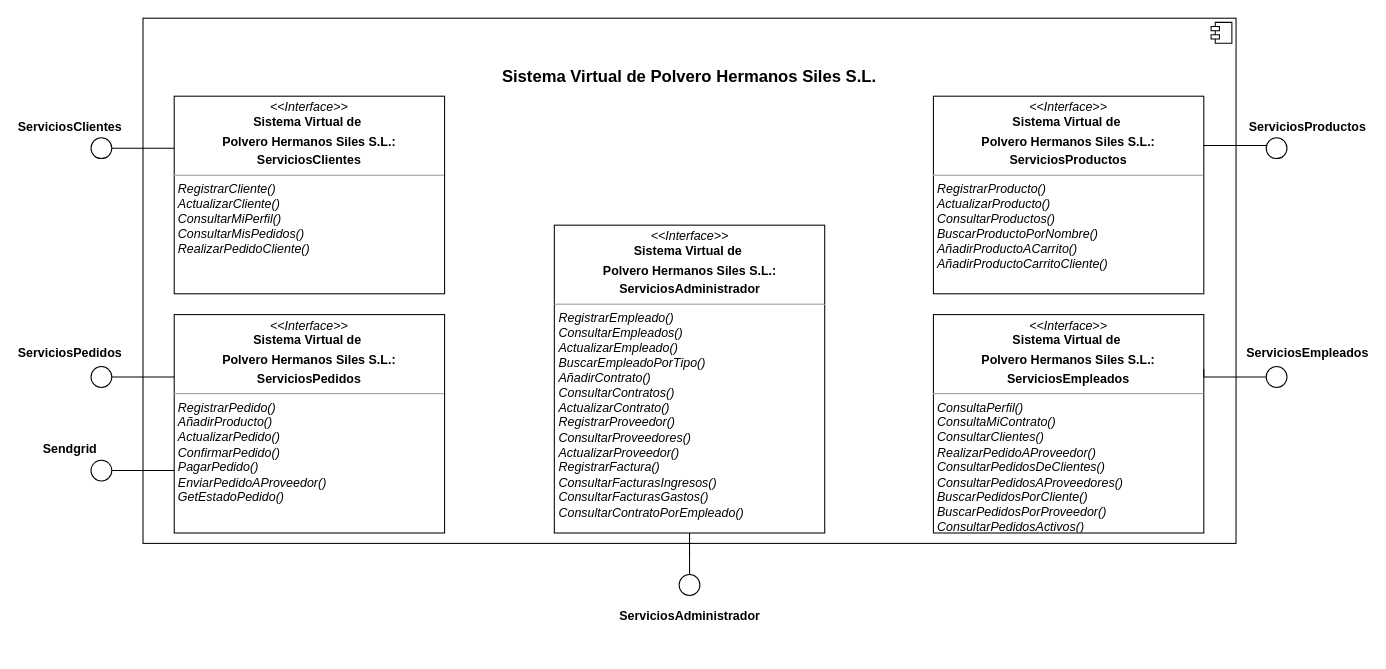
felipescalera/Proyecto-IR keeps this draw.io diagram as diagramas/diagrama de interfaz de sistema/diagramaInterfazSistema.drawio. Above is the earlier version. Source tidied: cells renumbered, new cells numbered last; positions are measured from the earlier drawing's top-left corner, leaving out a move shared by most shapes. Both pictures are drawn from the tidied source at 104%, with x=0, y=0 at pixel (49, 18).
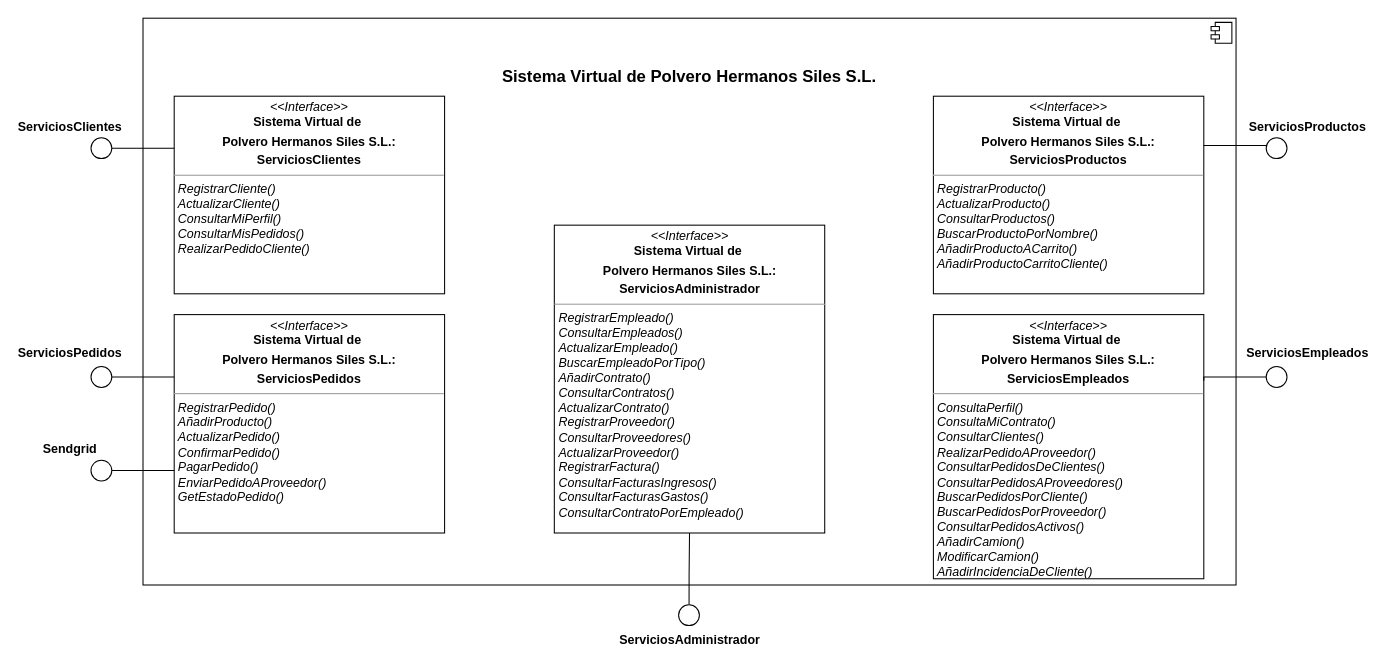
The same page after the edit.

Change to the diagram source:
```diff
@@
     <mxCell id="2" value="&lt;p style=&quot;margin: 0px ; margin-top: 6px ; text-align: center&quot;&gt;&lt;b&gt;&lt;br&gt;&lt;/b&gt;&lt;/p&gt;&lt;p style=&quot;margin: 0px ; margin-top: 6px ; text-align: center&quot;&gt;&lt;b&gt;&lt;br&gt;&lt;/b&gt;&lt;/p&gt;&lt;p style=&quot;margin: 0px ; margin-top: 6px ; text-align: center&quot;&gt;&lt;b&gt;&lt;font style=&quot;font-size: 16px&quot;&gt;Sistema Virtual de Polvero Hermanos Siles S.L.&lt;/font&gt;&lt;/b&gt;&lt;br&gt;&lt;/p&gt;" style="align=left;overflow=fill;html=1;" parent="1" vertex="1">
-      <mxGeometry x="90" width="1051" height="505" as="geometry" />
+      <mxGeometry x="90" width="1051" height="545" as="geometry" />
     </mxCell>
@@
-    <mxCell id="7" value="&lt;p style=&quot;margin: 0px ; margin-top: 4px ; text-align: center&quot;&gt;&lt;i&gt;&amp;lt;&amp;lt;Interface&amp;gt;&amp;gt;&lt;/i&gt;&lt;br&gt;&lt;b&gt;Sistema Virtual de&amp;nbsp;&lt;/b&gt;&lt;br&gt;&lt;/p&gt;&lt;p style=&quot;margin: 0px ; margin-top: 4px ; text-align: center&quot;&gt;&lt;b&gt;Polvero Hermanos Siles S.L.:&lt;/b&gt;&lt;br&gt;&lt;/p&gt;&lt;p style=&quot;margin: 0px ; margin-top: 4px ; text-align: center&quot;&gt;&lt;b&gt;ServiciosEmpleados&lt;/b&gt;&lt;/p&gt;&lt;hr size=&quot;1&quot;&gt;&lt;p style=&quot;margin: 0px ; margin-left: 4px&quot;&gt;&lt;i&gt;ConsultaPerfil()&lt;/i&gt;&lt;/p&gt;&lt;p style=&quot;margin: 0px ; margin-left: 4px&quot;&gt;&lt;i&gt;ConsultaMiContrato()&lt;/i&gt;&lt;/p&gt;&lt;p style=&quot;margin: 0px ; margin-left: 4px&quot;&gt;&lt;i&gt;ConsultarClientes()&lt;/i&gt;&lt;/p&gt;&lt;p style=&quot;margin: 0px ; margin-left: 4px&quot;&gt;&lt;i&gt;RealizarPedidoAProveedor()&lt;/i&gt;&lt;/p&gt;&lt;p style=&quot;margin: 0px ; margin-left: 4px&quot;&gt;&lt;i&gt;ConsultarPedidosDeClientes()&lt;/i&gt;&lt;/p&gt;&lt;p style=&quot;margin: 0px ; margin-left: 4px&quot;&gt;&lt;i&gt;ConsultarPedidosAProveedores()&lt;/i&gt;&lt;/p&gt;&lt;p style=&quot;margin: 0px ; margin-left: 4px&quot;&gt;&lt;i&gt;BuscarPedidosPorCliente()&lt;/i&gt;&lt;/p&gt;&lt;p style=&quot;margin: 0px ; margin-left: 4px&quot;&gt;&lt;i&gt;BuscarPedidosPorProveedor()&lt;/i&gt;&lt;/p&gt;&lt;p style=&quot;margin: 0px ; margin-left: 4px&quot;&gt;&lt;i&gt;ConsultarPedidosActivos()&lt;/i&gt;&lt;/p&gt;" style="verticalAlign=top;align=left;overflow=fill;fontSize=12;fontFamily=Helvetica;html=1;" parent="1" vertex="1">
-      <mxGeometry x="850" y="285" width="260" height="210" as="geometry" />
+    <mxCell id="7" value="&lt;p style=&quot;margin: 0px ; margin-top: 4px ; text-align: center&quot;&gt;&lt;i&gt;&amp;lt;&amp;lt;Interface&amp;gt;&amp;gt;&lt;/i&gt;&lt;br&gt;&lt;b&gt;Sistema Virtual de&amp;nbsp;&lt;/b&gt;&lt;br&gt;&lt;/p&gt;&lt;p style=&quot;margin: 0px ; margin-top: 4px ; text-align: center&quot;&gt;&lt;b&gt;Polvero Hermanos Siles S.L.:&lt;/b&gt;&lt;br&gt;&lt;/p&gt;&lt;p style=&quot;margin: 0px ; margin-top: 4px ; text-align: center&quot;&gt;&lt;b&gt;ServiciosEmpleados&lt;/b&gt;&lt;/p&gt;&lt;hr size=&quot;1&quot;&gt;&lt;p style=&quot;margin: 0px ; margin-left: 4px&quot;&gt;&lt;i&gt;ConsultaPerfil()&lt;/i&gt;&lt;/p&gt;&lt;p style=&quot;margin: 0px ; margin-left: 4px&quot;&gt;&lt;i&gt;ConsultaMiContrato()&lt;/i&gt;&lt;/p&gt;&lt;p style=&quot;margin: 0px ; margin-left: 4px&quot;&gt;&lt;i&gt;ConsultarClientes()&lt;/i&gt;&lt;/p&gt;&lt;p style=&quot;margin: 0px ; margin-left: 4px&quot;&gt;&lt;i&gt;RealizarPedidoAProveedor()&lt;/i&gt;&lt;/p&gt;&lt;p style=&quot;margin: 0px ; margin-left: 4px&quot;&gt;&lt;i&gt;ConsultarPedidosDeClientes()&lt;/i&gt;&lt;/p&gt;&lt;p style=&quot;margin: 0px ; margin-left: 4px&quot;&gt;&lt;i&gt;ConsultarPedidosAProveedores()&lt;/i&gt;&lt;/p&gt;&lt;p style=&quot;margin: 0px ; margin-left: 4px&quot;&gt;&lt;i&gt;BuscarPedidosPorCliente()&lt;/i&gt;&lt;/p&gt;&lt;p style=&quot;margin: 0px ; margin-left: 4px&quot;&gt;&lt;i&gt;BuscarPedidosPorProveedor()&lt;/i&gt;&lt;/p&gt;&lt;p style=&quot;margin: 0px ; margin-left: 4px&quot;&gt;&lt;i&gt;ConsultarPedidosActivos()&lt;/i&gt;&lt;/p&gt;&lt;p style=&quot;margin: 0px ; margin-left: 4px&quot;&gt;&lt;i&gt;AñadirCamion()&lt;/i&gt;&lt;/p&gt;&lt;p style=&quot;margin: 0px ; margin-left: 4px&quot;&gt;&lt;i&gt;ModificarCamion()&lt;/i&gt;&lt;/p&gt;&lt;p style=&quot;margin: 0px ; margin-left: 4px&quot;&gt;&lt;i&gt;AñadirIncidenciaDeCliente()&lt;/i&gt;&lt;/p&gt;" style="verticalAlign=top;align=left;overflow=fill;fontSize=12;fontFamily=Helvetica;html=1;" parent="1" vertex="1">
+      <mxGeometry x="850" y="285" width="260" height="254" as="geometry" />
     </mxCell>
@@
     <mxCell id="12" style="ellipse;whiteSpace=wrap;html=1;fontFamily=Helvetica;fontSize=12;fontColor=#000000;align=center;strokeColor=#000000;fillColor=#ffffff;points=[];direction=south;" parent="1" vertex="1">
-      <mxGeometry x="605.5" y="535" width="20" height="20" as="geometry" />
+      <mxGeometry x="605" y="564" width="20" height="20" as="geometry" />
     </mxCell>
@@
     <mxCell id="21" value="&lt;b&gt;ServiciosAdministrador&lt;/b&gt;" style="text;html=1;strokeColor=none;fillColor=none;align=center;verticalAlign=middle;whiteSpace=wrap;rounded=0;" parent="1" vertex="1">
-      <mxGeometry x="595.5" y="565" width="40" height="20" as="geometry" />
+      <mxGeometry x="596" y="588" width="40" height="20" as="geometry" />
     </mxCell>
```
